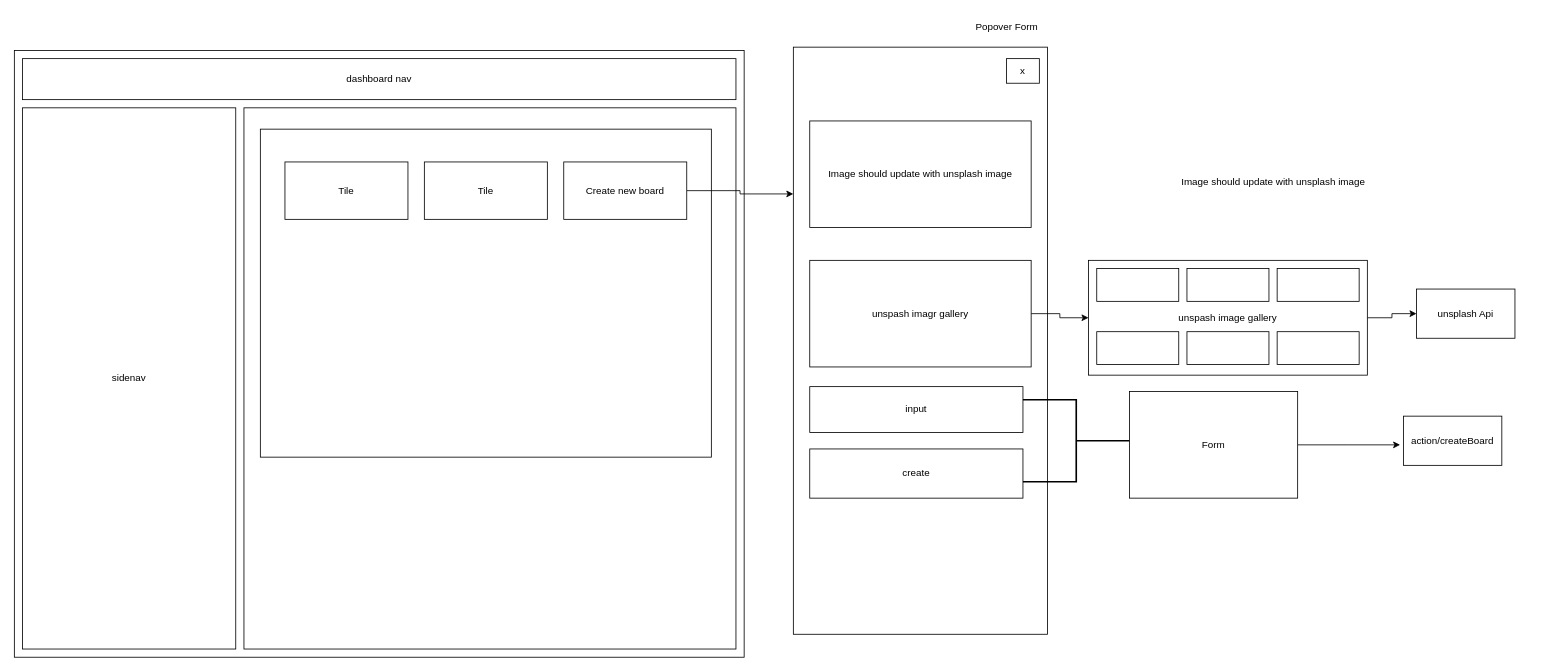
Earlier version of the draw.io diagram page "Boards Page" (2 of 3) of public/Untitled Diagram.drawio (eric-nichols-nyc/trellnode). Source tidied: cells renumbered, new cells numbered last; positions are measured from the earlier drawing's top-left corner, leaving out a move shared by most shapes. Both pictures are drawn from the tidied source at 82%, with x=0, y=0 at pixel (14, 14).
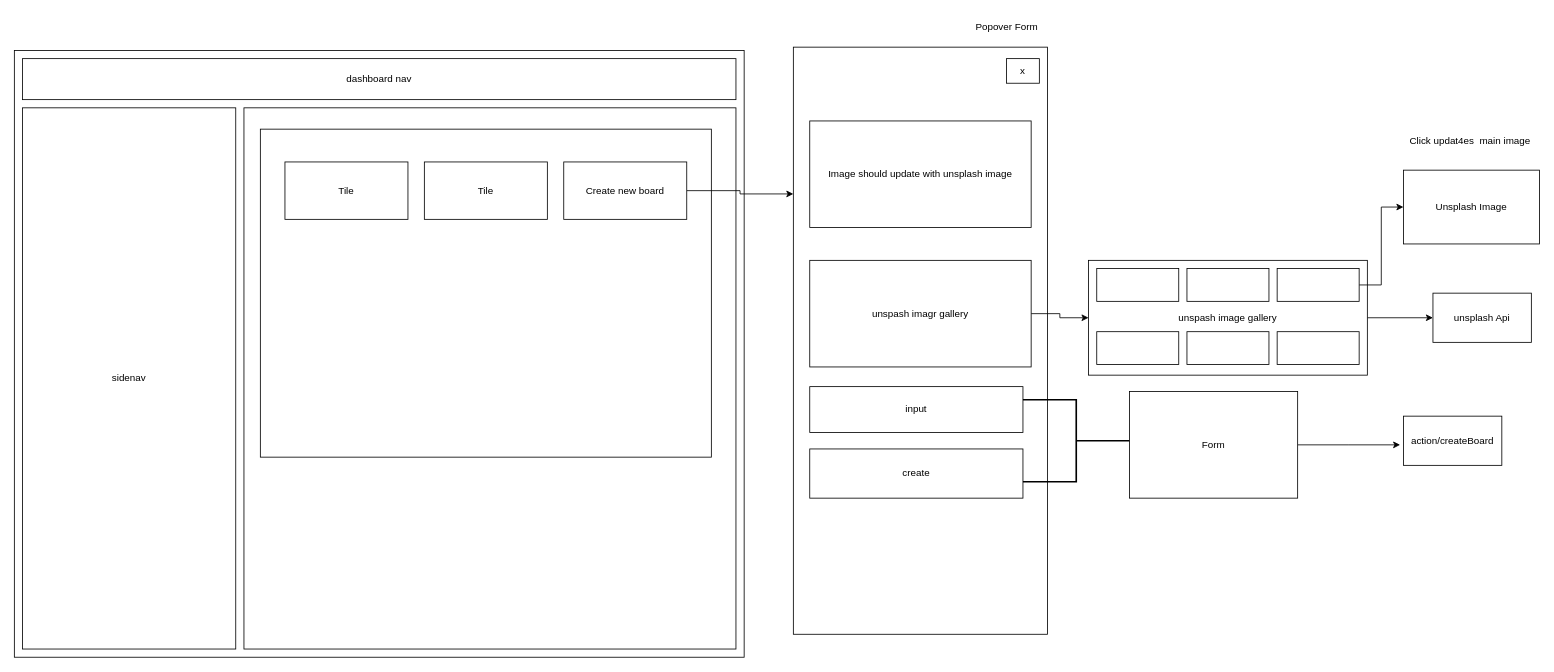
After the change.

The change refers to these unchanged cells:
```xml
<mxCell id="29" style="rounded=0;whiteSpace=wrap;html=1;" parent="1" vertex="1">
  <mxGeometry x="1540" y="310" width="100" height="40" as="geometry" />
</mxCell>
```

Change to the diagram source:
```diff
@@
     <mxCell id="24" value="unsplash Api" style="rounded=0;whiteSpace=wrap;html=1;" parent="1" vertex="1">
-      <mxGeometry x="1710" y="335" width="120" height="60" as="geometry" />
+      <mxGeometry x="1730" y="340" width="120" height="60" as="geometry" />
     </mxCell>
@@
-    <mxCell id="26" value="Image should update with unsplash image" style="text;html=1;align=center;verticalAlign=middle;strokeColor=none;fillColor=none;" parent="1" vertex="1">
-      <mxGeometry x="1410" y="190" width="250" height="30" as="geometry" />
-    </mxCell>
@@
+    <mxCell id="33" style="edgeStyle=orthogonalEdgeStyle;rounded=0;jettySize=auto;html=1;entryX=0;entryY=0.5;entryDx=0;entryDy=0;" parent="1" edge="1" source="29" target="34">
+      <mxGeometry relative="1" as="geometry" />
+    </mxCell>
@@
+    <mxCell id="34" value="Unsplash Image" style="rounded=0;whiteSpace=wrap;html=1;" parent="1" vertex="1">
+      <mxGeometry x="1694" y="190" width="166" height="90" as="geometry" />
+    </mxCell>
+    <mxCell id="35" value="Click updat4es&amp;nbsp; main image" style="text;html=1;align=center;verticalAlign=middle;strokeColor=none;fillColor=none;" parent="1" vertex="1">
+      <mxGeometry x="1690" y="140" width="170" height="30" as="geometry" />
+    </mxCell>
```
